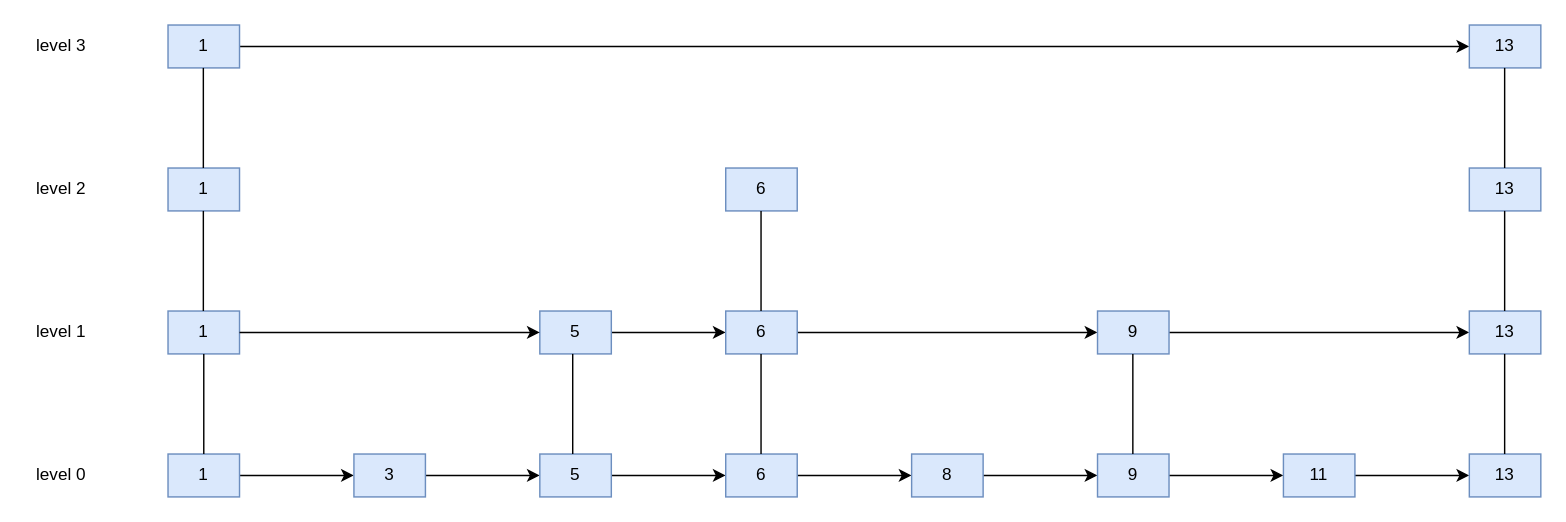
Before: 跳表.drawio in whitestorm0316/blog-image, a draw.io diagram. Source tidied: cells renumbered, new cells numbered last; positions are measured from the earlier drawing's top-left corner, leaving out a move shared by most shapes. Both pictures are drawn from the tidied source at 143%, with x=0, y=0 at pixel (24, 24).
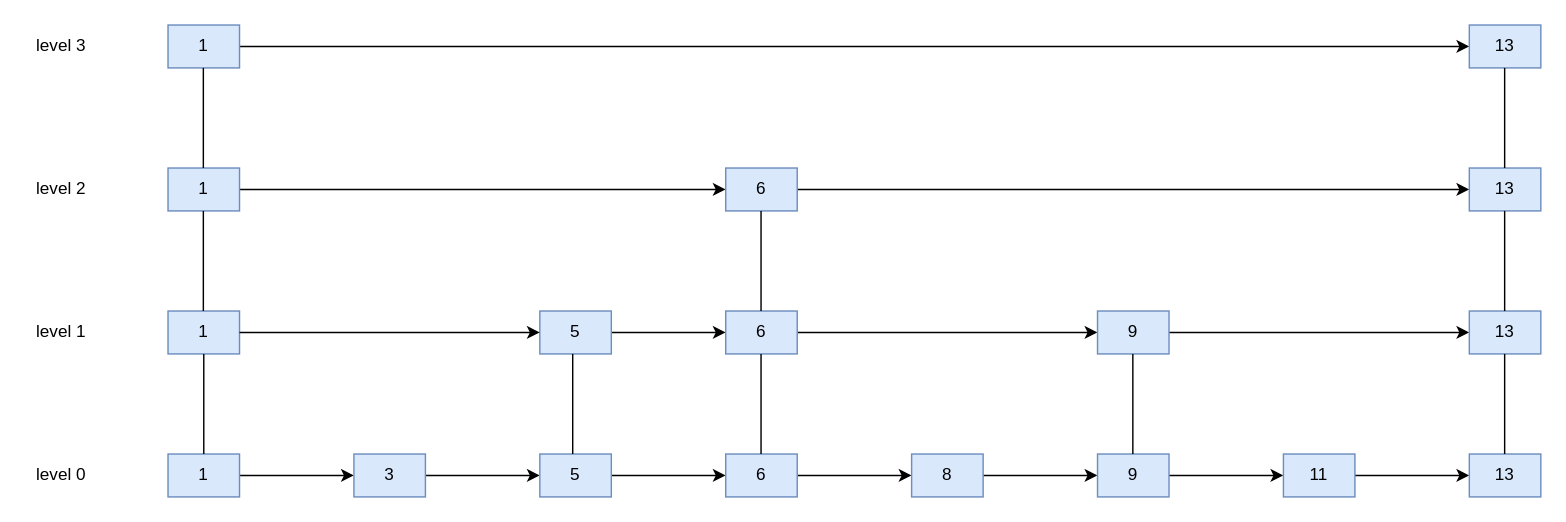
After the change.

The change refers to these unchanged cells:
```xml
<mxCell id="33" value="1" style="rounded=0;whiteSpace=wrap;html=1;fillColor=#dae8fc;strokeColor=#6c8ebf;" parent="1" vertex="1">
  <mxGeometry x="100" y="100" width="50" height="30" as="geometry" />
</mxCell>
<mxCell id="35" value="6" style="rounded=0;whiteSpace=wrap;html=1;fillColor=#dae8fc;strokeColor=#6c8ebf;" parent="1" vertex="1">
  <mxGeometry x="490" y="100" width="50" height="30" as="geometry" />
</mxCell>
<mxCell id="36" value="13" style="rounded=0;whiteSpace=wrap;html=1;fillColor=#dae8fc;strokeColor=#6c8ebf;" parent="1" vertex="1">
  <mxGeometry x="1010" y="100" width="50" height="30" as="geometry" />
</mxCell>
```

Diff of the diagram source:
```diff
@@
+    <mxCell id="46" style="edgeStyle=orthogonalEdgeStyle;rounded=0;jettySize=auto;html=1;entryX=0;entryY=0.5;entryDx=0;entryDy=0;" parent="1" edge="1" source="33" target="35">
+      <mxGeometry relative="1" as="geometry" />
+    </mxCell>
@@
+    <mxCell id="47" style="edgeStyle=orthogonalEdgeStyle;rounded=0;jettySize=auto;html=1;entryX=0;entryY=0.5;entryDx=0;entryDy=0;" parent="1" edge="1" source="35" target="36">
+      <mxGeometry relative="1" as="geometry" />
+    </mxCell>
```
